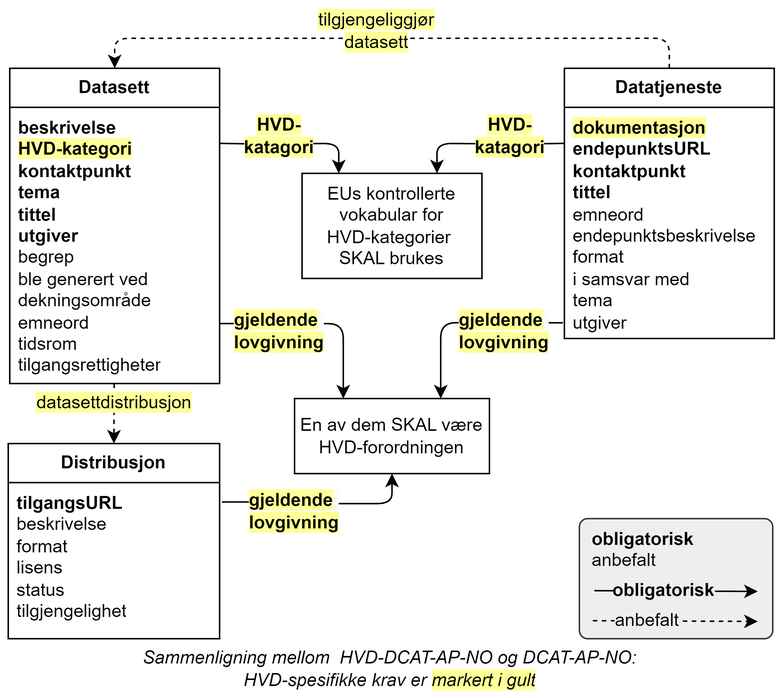
The draw.io diagram docs/images/HVD-DCAT-AP-NO-forenklet-fremstilling.png in Informasjonsforvaltning/hvd-dcat-ap-no, before a commit. Source tidied: cells renumbered, new cells last; positions are measured from the earlier drawing's top-left corner, leaving out a move shared by most shapes.
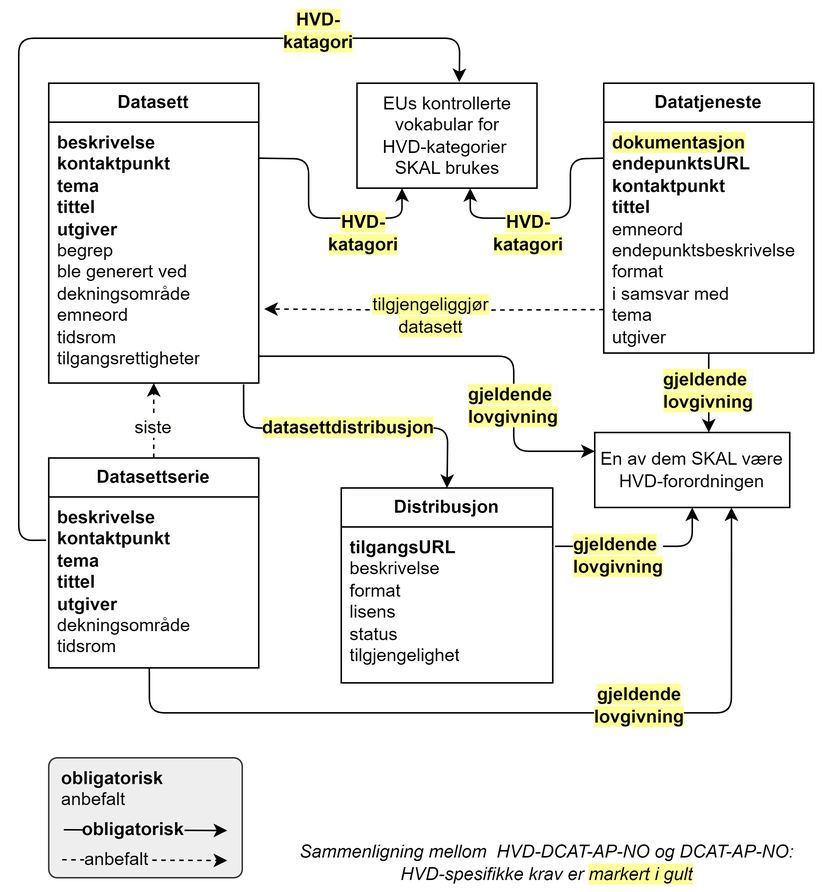
The same file after the commit.

Commit message:
Oppdaterer tegningen Forenklet fremstilling

What changed in the source:
```diff
@@ -3,13 +3,13 @@
     <mxCell id="0" />
     <mxCell id="1" parent="0" />
     <mxCell id="2" value="&lt;b&gt;Datasett&lt;/b&gt;" style="swimlane;fontStyle=0;horizontal=1;startSize=26;fillColor=none;whiteSpace=wrap;html=1;" parent="1" vertex="1">
-      <mxGeometry x="1" y="40" width="140" height="210" as="geometry" />
+      <mxGeometry x="141" y="-30" width="140" height="200" as="geometry" />
     </mxCell>
-    <mxCell id="3" value="&lt;div style=&quot;&quot;&gt;&lt;span style=&quot;background-color: rgb(255, 255, 255);&quot;&gt;&lt;b&gt;beskrivelse&lt;/b&gt;&lt;/span&gt;&lt;/div&gt;&lt;div style=&quot;&quot;&gt;&lt;b style=&quot;background-color: rgb(255, 255, 153);&quot;&gt;HVD-kategori&lt;/b&gt;&lt;br&gt;&lt;/div&gt;&lt;div style=&quot;&quot;&gt;&lt;b style=&quot;&quot;&gt;kontaktpunkt&lt;/b&gt;&lt;/div&gt;&lt;div style=&quot;&quot;&gt;&lt;span style=&quot;background-color: rgb(255, 255, 255);&quot;&gt;&lt;b&gt;tema&lt;/b&gt;&lt;/span&gt;&lt;/div&gt;&lt;div style=&quot;&quot;&gt;&lt;b&gt;tittel&lt;/b&gt;&lt;/div&gt;&lt;div style=&quot;&quot;&gt;&lt;b&gt;utgiver&lt;/b&gt;&lt;/div&gt;&lt;div style=&quot;&quot;&gt;&lt;span style=&quot;background-color: rgb(255, 255, 255);&quot;&gt;begrep&lt;/span&gt;&lt;br&gt;&lt;/div&gt;&lt;div style=&quot;&quot;&gt;&lt;span style=&quot;background-color: rgb(255, 255, 255);&quot;&gt;ble generert ved&lt;/span&gt;&lt;/div&gt;&lt;div style=&quot;&quot;&gt;&lt;span style=&quot;background-color: rgb(255, 255, 255);&quot;&gt;dekningsområde&lt;/span&gt;&lt;/div&gt;&lt;div style=&quot;&quot;&gt;&lt;span style=&quot;background-color: rgb(255, 255, 255);&quot;&gt;emneord&lt;/span&gt;&lt;/div&gt;&lt;div style=&quot;&quot;&gt;&lt;span style=&quot;background-color: rgb(255, 255, 255);&quot;&gt;tidsrom&lt;/span&gt;&lt;/div&gt;&lt;div style=&quot;&quot;&gt;&lt;span style=&quot;background-color: rgb(255, 255, 255);&quot;&gt;tilgangsrettigheter&lt;/span&gt;&lt;/div&gt;" style="text;strokeColor=none;fillColor=none;align=left;verticalAlign=top;spacingLeft=4;spacingRight=4;overflow=hidden;points=[[0,0.5],[1,0.5]];portConstraint=eastwest;whiteSpace=wrap;html=1;" parent="2" vertex="1">
-      <mxGeometry y="26" width="140" height="184" as="geometry" />
+    <mxCell id="3" value="&lt;div style=&quot;&quot;&gt;&lt;span style=&quot;background-color: rgb(255, 255, 255);&quot;&gt;&lt;b&gt;beskrivelse&lt;/b&gt;&lt;/span&gt;&lt;/div&gt;&lt;div style=&quot;&quot;&gt;&lt;b style=&quot;&quot;&gt;kontaktpunkt&lt;/b&gt;&lt;/div&gt;&lt;div style=&quot;&quot;&gt;&lt;span style=&quot;background-color: rgb(255, 255, 255);&quot;&gt;&lt;b&gt;tema&lt;/b&gt;&lt;/span&gt;&lt;/div&gt;&lt;div style=&quot;&quot;&gt;&lt;b&gt;tittel&lt;/b&gt;&lt;/div&gt;&lt;div style=&quot;&quot;&gt;&lt;b&gt;utgiver&lt;/b&gt;&lt;/div&gt;&lt;div style=&quot;&quot;&gt;&lt;span style=&quot;background-color: rgb(255, 255, 255);&quot;&gt;begrep&lt;/span&gt;&lt;br&gt;&lt;/div&gt;&lt;div style=&quot;&quot;&gt;&lt;span style=&quot;background-color: rgb(255, 255, 255);&quot;&gt;ble generert ved&lt;/span&gt;&lt;/div&gt;&lt;div style=&quot;&quot;&gt;&lt;span style=&quot;background-color: rgb(255, 255, 255);&quot;&gt;dekningsområde&lt;/span&gt;&lt;/div&gt;&lt;div style=&quot;&quot;&gt;&lt;span style=&quot;background-color: rgb(255, 255, 255);&quot;&gt;emneord&lt;/span&gt;&lt;/div&gt;&lt;div style=&quot;&quot;&gt;&lt;span style=&quot;background-color: rgb(255, 255, 255);&quot;&gt;tidsrom&lt;/span&gt;&lt;/div&gt;&lt;div style=&quot;&quot;&gt;&lt;span style=&quot;background-color: rgb(255, 255, 255);&quot;&gt;tilgangsrettigheter&lt;/span&gt;&lt;/div&gt;" style="text;strokeColor=none;fillColor=none;align=left;verticalAlign=top;spacingLeft=4;spacingRight=4;overflow=hidden;points=[[0,0.5],[1,0.5]];portConstraint=eastwest;whiteSpace=wrap;html=1;" parent="2" vertex="1">
+      <mxGeometry y="26" width="140" height="174" as="geometry" />
     </mxCell>
     <mxCell id="4" value="&lt;b&gt;Datatjeneste&lt;/b&gt;" style="swimlane;fontStyle=0;horizontal=1;startSize=26;fillColor=none;whiteSpace=wrap;html=1;" parent="1" vertex="1">
-      <mxGeometry x="371" y="40" width="140" height="180" as="geometry" />
+      <mxGeometry x="511" y="-30" width="140" height="180" as="geometry" />
     </mxCell>
     <mxCell id="5" value="&lt;div style=&quot;&quot;&gt;&lt;b style=&quot;background-color: rgb(255, 255, 153);&quot;&gt;dokumentasjon&lt;/b&gt;&lt;/div&gt;&lt;div style=&quot;&quot;&gt;&lt;b style=&quot;&quot;&gt;endepunktsURL&lt;/b&gt;&lt;/div&gt;&lt;div style=&quot;&quot;&gt;&lt;b style=&quot;background-color: initial;&quot;&gt;kontaktpunkt&lt;/b&gt;&lt;br&gt;&lt;/div&gt;&lt;div style=&quot;&quot;&gt;&lt;span style=&quot;background-color: rgb(255, 255, 255);&quot;&gt;&lt;b&gt;tittel&lt;/b&gt;&lt;/span&gt;&lt;/div&gt;&lt;div style=&quot;&quot;&gt;&lt;span style=&quot;background-color: rgb(255, 255, 255);&quot;&gt;emneord&lt;/span&gt;&lt;br&gt;&lt;/div&gt;&lt;div style=&quot;&quot;&gt;&lt;span style=&quot;background-color: rgb(255, 255, 255);&quot;&gt;endepunktsbeskrivelse&lt;/span&gt;&lt;/div&gt;&lt;div style=&quot;&quot;&gt;&lt;span style=&quot;background-color: rgb(255, 255, 255);&quot;&gt;format&lt;/span&gt;&lt;/div&gt;&lt;div style=&quot;&quot;&gt;&lt;span style=&quot;background-color: rgb(255, 255, 255);&quot;&gt;i samsvar med&lt;/span&gt;&lt;/div&gt;&lt;div style=&quot;&quot;&gt;&lt;span style=&quot;background-color: rgb(255, 255, 255);&quot;&gt;tema&lt;/span&gt;&lt;/div&gt;&lt;div style=&quot;&quot;&gt;&lt;span style=&quot;background-color: rgb(255, 255, 255);&quot;&gt;utgiver&lt;/span&gt;&lt;/div&gt;" style="text;strokeColor=none;fillColor=none;align=left;verticalAlign=top;spacingLeft=4;spacingRight=4;overflow=hidden;points=[[0,0.5],[1,0.5]];portConstraint=eastwest;whiteSpace=wrap;html=1;" parent="4" vertex="1">
       <mxGeometry y="26" width="140" height="154" as="geometry" />
@@ -18,19 +18,24 @@
       <mxGeometry relative="1" as="geometry" />
     </mxCell>
     <mxCell id="7" value="&lt;b&gt;Distribusjon&lt;/b&gt;" style="swimlane;fontStyle=0;horizontal=1;startSize=26;fillColor=none;whiteSpace=wrap;html=1;" parent="1" vertex="1">
-      <mxGeometry y="290" width="141" height="130" as="geometry" />
+      <mxGeometry x="336" y="240" width="141" height="130" as="geometry" />
     </mxCell>
     <mxCell id="8" value="&lt;div style=&quot;&quot;&gt;&lt;b&gt;tilgangsURL&lt;/b&gt;&lt;br&gt;&lt;/div&gt;&lt;div style=&quot;&quot;&gt;&lt;span style=&quot;background-color: rgb(255, 255, 255);&quot;&gt;beskrivelse&lt;/span&gt;&lt;br&gt;&lt;/div&gt;&lt;div style=&quot;&quot;&gt;&lt;span style=&quot;background-color: rgb(255, 255, 255);&quot;&gt;format&lt;/span&gt;&lt;/div&gt;&lt;div style=&quot;&quot;&gt;lisens&lt;/div&gt;&lt;div style=&quot;&quot;&gt;&lt;span style=&quot;background-color: rgb(255, 255, 255);&quot;&gt;status&lt;/span&gt;&lt;/div&gt;&lt;div style=&quot;&quot;&gt;&lt;span style=&quot;background-color: rgb(255, 255, 255);&quot;&gt;tilgjengelighet&lt;/span&gt;&lt;/div&gt;" style="text;strokeColor=none;fillColor=none;align=left;verticalAlign=top;spacingLeft=4;spacingRight=4;overflow=hidden;points=[[0,0.5],[1,0.5]];portConstraint=eastwest;whiteSpace=wrap;html=1;" parent="7" vertex="1">
       <mxGeometry y="26" width="141" height="104" as="geometry" />
     </mxCell>
-    <mxCell id="9" style="endArrow=classic;html=1;rounded=1;dashed=1;entryX=0.5;entryY=0;entryDx=0;entryDy=0;curved=0;" parent="1" edge="1" source="3" target="7">
-      <mxGeometry relative="1" as="geometry" />
+    <mxCell id="9" style="endArrow=classic;html=1;rounded=1;curved=0;exitX=0.928;exitY=1.005;exitDx=0;exitDy=0;exitPerimeter=0;entryX=0.5;entryY=0;entryDx=0;entryDy=0;" parent="1" edge="1" source="3" target="7">
+      <mxGeometry relative="1" as="geometry">
+        <Array as="points">
+          <mxPoint x="271" y="200" />
+          <mxPoint x="407" y="200" />
+        </Array>
+      </mxGeometry>
     </mxCell>
-    <mxCell id="10" value="&lt;div&gt;&lt;span style=&quot;background-color: rgb(255, 255, 153);&quot;&gt;datasettdistribusjon&lt;/span&gt;&lt;/div&gt;" style="text;html=1;align=center;verticalAlign=middle;whiteSpace=wrap;rounded=0;" parent="1" vertex="1">
-      <mxGeometry x="41" y="253" width="60" height="20" as="geometry" />
+    <mxCell id="10" value="&lt;div&gt;&lt;span style=&quot;background-color: rgb(255, 255, 153);&quot;&gt;&lt;b&gt;datasettdistribusjon&lt;/b&gt;&lt;/span&gt;&lt;/div&gt;" style="text;html=1;align=center;verticalAlign=middle;whiteSpace=wrap;rounded=0;" parent="1" vertex="1">
+      <mxGeometry x="311" y="190" width="60" height="20" as="geometry" />
     </mxCell>
     <mxCell id="11" style="group;" parent="1" vertex="1">
-      <mxGeometry x="381" y="340" width="129" height="80" as="geometry" />
+      <mxGeometry x="141" y="420" width="129" height="80" as="geometry" />
     </mxCell>
     <mxCell id="12" value="&lt;b&gt;&amp;nbsp; obligatorisk&lt;/b&gt;&lt;div&gt;&amp;nbsp; anbefalt&lt;/div&gt;" style="rounded=1;whiteSpace=wrap;html=1;align=left;verticalAlign=top;arcSize=7;fillColor=#eeeeee;strokeColor=#36393d;" parent="11" vertex="1">
       <mxGeometry width="129" height="80" as="geometry" />
@@ -60,50 +65,98 @@
       <mxGeometry x="10.7" width="51.2" height="16" as="geometry" />
     </mxCell>
     <mxCell id="19" value="Sammenligning mellom&amp;nbsp;&amp;nbsp;&lt;span style=&quot;background-color: initial;&quot;&gt;HVD-DCAT-AP-NO og DCAT-AP-NO:&amp;nbsp;&lt;/span&gt;&lt;div&gt;HVD-spesifikke krav er&amp;nbsp;&lt;span style=&quot;background-color: rgb(255, 255, 153);&quot;&gt;markert i gult&lt;/span&gt;&lt;span style=&quot;background-color: rgb(255 , 255 , 255)&quot;&gt;&amp;nbsp;&lt;/span&gt;&lt;/div&gt;" style="text;html=1;strokeColor=none;fillColor=none;align=center;verticalAlign=middle;whiteSpace=wrap;rounded=0;fontStyle=2;" parent="1" vertex="1">
-      <mxGeometry x="1" y="430" width="511" height="20" as="geometry" />
+      <mxGeometry x="304" y="480" width="342" height="20" as="geometry" />
     </mxCell>
     <mxCell id="20" value="En av dem SKAL være HVD-forordningen" style="html=1;whiteSpace=wrap;" parent="1" vertex="1">
-      <mxGeometry x="191" y="260" width="130" height="50" as="geometry" />
+      <mxGeometry x="505" y="203" width="130" height="50" as="geometry" />
     </mxCell>
     <mxCell id="21" value="&lt;div style=&quot;forced-color-adjust: none; color: rgb(0, 0, 0); font-family: Helvetica; font-size: 12px; font-style: normal; font-variant-ligatures: normal; font-variant-caps: normal; font-weight: 400; letter-spacing: normal; orphans: 2; text-align: left; text-indent: 0px; text-transform: none; widows: 2; word-spacing: 0px; -webkit-text-stroke-width: 0px; white-space: normal; background-color: rgb(251, 251, 251); text-decoration-thickness: initial; text-decoration-style: initial; text-decoration-color: initial;&quot;&gt;&lt;b style=&quot;forced-color-adjust: none; background-color: rgb(255, 255, 153);&quot;&gt;gjeldende lovgivning&lt;/b&gt;&lt;/div&gt;" style="text;html=1;align=center;verticalAlign=middle;whiteSpace=wrap;rounded=0;" parent="1" vertex="1">
-      <mxGeometry x="161" y="320" width="60" height="30" as="geometry" />
+      <mxGeometry x="491" y="270" width="60" height="30" as="geometry" />
     </mxCell>
     <mxCell id="22" value="EUs kontrollerte vokabular for &lt;br&gt;HVD-kategorier&amp;nbsp;&lt;div&gt;SKAL brukes&lt;/div&gt;" style="html=1;whiteSpace=wrap;" parent="1" vertex="1">
-      <mxGeometry x="196" y="110" width="120" height="70" as="geometry" />
+      <mxGeometry x="346.5" y="-30" width="120" height="70" as="geometry" />
     </mxCell>
-    <mxCell id="23" style="edgeStyle=orthogonalEdgeStyle;rounded=1;jettySize=auto;html=1;curved=0;entryX=0.25;entryY=0;entryDx=0;entryDy=0;exitX=1;exitY=0.783;exitDx=0;exitDy=0;exitPerimeter=0;" parent="1" edge="1" source="3" target="20">
-      <mxGeometry relative="1" as="geometry" />
+    <mxCell id="23" style="edgeStyle=orthogonalEdgeStyle;rounded=1;jettySize=auto;html=1;curved=0;entryX=0;entryY=0.25;entryDx=0;entryDy=0;exitX=0.996;exitY=0.897;exitDx=0;exitDy=0;exitPerimeter=0;" parent="1" edge="1" source="3" target="20">
+      <mxGeometry relative="1" as="geometry">
+        <Array as="points">
+          <mxPoint x="451" y="152" />
+          <mxPoint x="451" y="216" />
+        </Array>
+      </mxGeometry>
     </mxCell>
-    <mxCell id="24" style="edgeStyle=orthogonalEdgeStyle;rounded=1;jettySize=auto;html=1;curved=0;entryX=0.75;entryY=0;entryDx=0;entryDy=0;exitX=-0.007;exitY=0.932;exitDx=0;exitDy=0;exitPerimeter=0;" parent="1" edge="1" source="5" target="20">
-      <mxGeometry relative="1" as="geometry" />
+    <mxCell id="24" style="edgeStyle=orthogonalEdgeStyle;rounded=1;jettySize=auto;html=1;curved=0;exitX=0.5;exitY=1;exitDx=0;exitDy=0;exitPerimeter=0;" parent="1" edge="1" source="5">
+      <mxGeometry relative="1" as="geometry">
+        <mxPoint x="581" y="203" as="targetPoint" />
+        <Array as="points">
+          <mxPoint x="581" y="150" />
+          <mxPoint x="581" y="150" />
+        </Array>
+      </mxGeometry>
     </mxCell>
-    <mxCell id="25" value="&lt;div style=&quot;forced-color-adjust: none; color: rgb(0, 0, 0); font-family: Helvetica; font-size: 12px; font-style: normal; font-variant-ligatures: normal; font-variant-caps: normal; font-weight: 400; letter-spacing: normal; orphans: 2; text-align: left; text-indent: 0px; text-transform: none; widows: 2; word-spacing: 0px; -webkit-text-stroke-width: 0px; white-space: normal; background-color: rgb(251, 251, 251); text-decoration-thickness: initial; text-decoration-style: initial; text-decoration-color: initial;&quot;&gt;&lt;b style=&quot;forced-color-adjust: none; background-color: rgb(255, 255, 153);&quot;&gt;gjeldende lovgivning&lt;/b&gt;&lt;/div&gt;" style="text;html=1;align=center;verticalAlign=middle;whiteSpace=wrap;rounded=0;" parent="1" vertex="1">
-      <mxGeometry x="301" y="200" width="60" height="30" as="geometry" />
-    </mxCell>
     <mxCell id="26" value="&lt;div style=&quot;forced-color-adjust: none; color: rgb(0, 0, 0); font-family: Helvetica; font-size: 12px; font-style: normal; font-variant-ligatures: normal; font-variant-caps: normal; font-weight: 400; letter-spacing: normal; orphans: 2; text-align: left; text-indent: 0px; text-transform: none; widows: 2; word-spacing: 0px; -webkit-text-stroke-width: 0px; white-space: normal; background-color: rgb(251, 251, 251); text-decoration-thickness: initial; text-decoration-style: initial; text-decoration-color: initial;&quot;&gt;&lt;b style=&quot;forced-color-adjust: none; background-color: rgb(255, 255, 153);&quot;&gt;gjeldende lovgivning&lt;/b&gt;&lt;/div&gt;" style="text;html=1;align=center;verticalAlign=middle;whiteSpace=wrap;rounded=0;" parent="1" vertex="1">
-      <mxGeometry x="151" y="200" width="60" height="30" as="geometry" />
+      <mxGeometry x="421" y="170" width="60" height="30" as="geometry" />
     </mxCell>
-    <mxCell id="27" style="edgeStyle=orthogonalEdgeStyle;rounded=1;jettySize=auto;html=1;curved=0;entryX=0.75;entryY=0;entryDx=0;entryDy=0;" parent="1" edge="1" target="22">
+    <mxCell id="27" style="edgeStyle=orthogonalEdgeStyle;rounded=1;jettySize=auto;html=1;curved=0;entryX=0.629;entryY=1;entryDx=0;entryDy=0;entryPerimeter=0;" parent="1" edge="1" target="22">
       <mxGeometry relative="1" as="geometry">
-        <mxPoint x="371" y="90" as="sourcePoint" />
+        <mxPoint x="511" y="20" as="sourcePoint" />
       </mxGeometry>
     </mxCell>
-    <mxCell id="28" style="edgeStyle=orthogonalEdgeStyle;rounded=1;jettySize=auto;html=1;curved=0;entryX=0.204;entryY=0;entryDx=0;entryDy=0;entryPerimeter=0;" parent="1" edge="1" target="22">
+    <mxCell id="28" style="edgeStyle=orthogonalEdgeStyle;rounded=1;jettySize=auto;html=1;curved=0;entryX=0.25;entryY=1;entryDx=0;entryDy=0;" parent="1" edge="1" target="22">
       <mxGeometry relative="1" as="geometry">
-        <mxPoint x="141" y="90" as="sourcePoint" />
+        <mxPoint x="281" y="20" as="sourcePoint" />
       </mxGeometry>
     </mxCell>
     <mxCell id="29" value="&lt;span style=&quot;background-color: rgb(255, 255, 153);&quot;&gt;&lt;b&gt;HVD-katagori&lt;/b&gt;&lt;/span&gt;" style="text;html=1;align=center;verticalAlign=middle;whiteSpace=wrap;rounded=0;" parent="1" vertex="1">
-      <mxGeometry x="151" y="70" width="60" height="30" as="geometry" />
+      <mxGeometry x="321" y="55" width="60" height="30" as="geometry" />
     </mxCell>
     <mxCell id="30" value="&lt;span style=&quot;background-color: rgb(255, 255, 153);&quot;&gt;&lt;b&gt;HVD-katagori&lt;/b&gt;&lt;/span&gt;" style="text;html=1;align=center;verticalAlign=middle;whiteSpace=wrap;rounded=0;" parent="1" vertex="1">
-      <mxGeometry x="305" y="70" width="60" height="30" as="geometry" />
+      <mxGeometry x="431" y="55" width="60" height="30" as="geometry" />
     </mxCell>
-    <mxCell id="31" style="edgeStyle=orthogonalEdgeStyle;rounded=1;jettySize=auto;html=1;curved=0;entryX=0.5;entryY=0;entryDx=0;entryDy=0;dashed=1;exitX=0.5;exitY=0;exitDx=0;exitDy=0;" parent="1" edge="1" source="4" target="2">
-      <mxGeometry relative="1" as="geometry" />
+    <mxCell id="31" style="edgeStyle=orthogonalEdgeStyle;rounded=1;jettySize=auto;html=1;curved=0;entryX=1.026;entryY=0.716;entryDx=0;entryDy=0;dashed=1;entryPerimeter=0;" parent="1" edge="1" target="3">
+      <mxGeometry relative="1" as="geometry">
+        <mxPoint x="511" y="121" as="sourcePoint" />
+      </mxGeometry>
     </mxCell>
     <mxCell id="32" value="&lt;div&gt;&lt;span style=&quot;background-color: rgb(255, 255, 153);&quot;&gt;tilgjengeliggjør datasett&lt;/span&gt;&lt;/div&gt;" style="text;html=1;align=center;verticalAlign=middle;whiteSpace=wrap;rounded=0;" parent="1" vertex="1">
-      <mxGeometry x="201" width="90" height="30" as="geometry" />
+      <mxGeometry x="351" y="110" width="90" height="30" as="geometry" />
     </mxCell>
+    <mxCell id="33" value="&lt;b&gt;Datasettserie&lt;/b&gt;" style="swimlane;fontStyle=0;horizontal=1;startSize=26;fillColor=none;whiteSpace=wrap;html=1;" parent="1" vertex="1">
+      <mxGeometry x="141" y="220" width="140" height="140" as="geometry" />
+    </mxCell>
+    <mxCell id="34" value="&lt;div style=&quot;&quot;&gt;&lt;span style=&quot;background-color: rgb(255, 255, 255);&quot;&gt;&lt;b&gt;beskrivelse&lt;/b&gt;&lt;/span&gt;&lt;/div&gt;&lt;div style=&quot;&quot;&gt;&lt;b style=&quot;background-color: initial;&quot;&gt;kontaktpunkt&lt;/b&gt;&lt;br&gt;&lt;/div&gt;&lt;div style=&quot;&quot;&gt;&lt;span style=&quot;background-color: rgb(255, 255, 255);&quot;&gt;&lt;b&gt;tema&lt;/b&gt;&lt;/span&gt;&lt;/div&gt;&lt;div style=&quot;&quot;&gt;&lt;b&gt;tittel&lt;/b&gt;&lt;/div&gt;&lt;div style=&quot;&quot;&gt;&lt;b&gt;utgiver&lt;/b&gt;&lt;/div&gt;&lt;div style=&quot;&quot;&gt;&lt;span style=&quot;background-color: rgb(255, 255, 255);&quot;&gt;dekningsområde&lt;/span&gt;&lt;/div&gt;&lt;div style=&quot;&quot;&gt;&lt;span style=&quot;background-color: rgb(255, 255, 255);&quot;&gt;tidsrom&lt;/span&gt;&lt;/div&gt;" style="text;strokeColor=none;fillColor=none;align=left;verticalAlign=top;spacingLeft=4;spacingRight=4;overflow=hidden;points=[[0,0.5],[1,0.5]];portConstraint=eastwest;whiteSpace=wrap;html=1;" parent="33" vertex="1">
+      <mxGeometry y="26" width="140" height="114" as="geometry" />
+    </mxCell>
+    <mxCell id="25" value="&lt;div style=&quot;forced-color-adjust: none; color: rgb(0, 0, 0); font-family: Helvetica; font-size: 12px; font-style: normal; font-variant-ligatures: normal; font-variant-caps: normal; font-weight: 400; letter-spacing: normal; orphans: 2; text-align: left; text-indent: 0px; text-transform: none; widows: 2; word-spacing: 0px; -webkit-text-stroke-width: 0px; white-space: normal; background-color: rgb(251, 251, 251); text-decoration-thickness: initial; text-decoration-style: initial; text-decoration-color: initial;&quot;&gt;&lt;b style=&quot;forced-color-adjust: none; background-color: rgb(255, 255, 153);&quot;&gt;gjeldende lovgivning&lt;/b&gt;&lt;/div&gt;" style="text;html=1;align=center;verticalAlign=middle;whiteSpace=wrap;rounded=0;" parent="1" vertex="1">
+      <mxGeometry x="551" y="160" width="60" height="30" as="geometry" />
+    </mxCell>
+    <mxCell id="35" style="edgeStyle=orthogonalEdgeStyle;rounded=1;jettySize=auto;html=1;curved=0;entryX=0.701;entryY=0.999;entryDx=0;entryDy=0;exitX=0.479;exitY=1;exitDx=0;exitDy=0;exitPerimeter=0;entryPerimeter=0;" parent="1" edge="1" source="34" target="20">
+      <mxGeometry relative="1" as="geometry">
+        <Array as="points">
+          <mxPoint x="208" y="390" />
+          <mxPoint x="596" y="390" />
+        </Array>
+      </mxGeometry>
+    </mxCell>
+    <mxCell id="36" value="&lt;div style=&quot;forced-color-adjust: none; color: rgb(0, 0, 0); font-family: Helvetica; font-size: 12px; font-style: normal; font-variant-ligatures: normal; font-variant-caps: normal; font-weight: 400; letter-spacing: normal; orphans: 2; text-indent: 0px; text-transform: none; widows: 2; word-spacing: 0px; -webkit-text-stroke-width: 0px; white-space: normal; background-color: rgb(251, 251, 251); text-decoration-thickness: initial; text-decoration-style: initial; text-decoration-color: initial;&quot;&gt;&lt;b style=&quot;forced-color-adjust: none; background-color: rgb(255, 255, 153);&quot;&gt;gjeldende lovgivning&lt;/b&gt;&lt;/div&gt;" style="text;html=1;align=center;verticalAlign=middle;whiteSpace=wrap;rounded=0;" parent="1" vertex="1">
+      <mxGeometry x="505" y="370" width="60" height="30" as="geometry" />
+    </mxCell>
+    <mxCell id="37" style="endArrow=classic;html=1;rounded=0;exitX=0.5;exitY=0;exitDx=0;exitDy=0;entryX=0.5;entryY=1;entryDx=0;entryDy=0;entryPerimeter=0;dashed=1;" parent="1" edge="1" source="33" target="3">
+      <mxGeometry relative="1" as="geometry" />
+    </mxCell>
+    <mxCell id="38" value="&lt;span style=&quot;background-color: rgb(254, 253, 251);&quot;&gt;siste&lt;/span&gt;" style="text;html=1;align=center;verticalAlign=middle;whiteSpace=wrap;rounded=0;" parent="1" vertex="1">
+      <mxGeometry x="191" y="190" width="40" height="20" as="geometry" />
+    </mxCell>
+    <mxCell id="39" style="endArrow=classic;html=1;rounded=1;exitX=-0.013;exitY=0.253;exitDx=0;exitDy=0;exitPerimeter=0;entryX=0.568;entryY=-0.01;entryDx=0;entryDy=0;entryPerimeter=0;curved=0;" parent="1" edge="1" source="34" target="22">
+      <mxGeometry relative="1" as="geometry">
+        <Array as="points">
+          <mxPoint x="121" y="275" />
+          <mxPoint x="121" y="-60" />
+          <mxPoint x="415" y="-60" />
+        </Array>
+      </mxGeometry>
+    </mxCell>
+    <mxCell id="40" value="&lt;span style=&quot;background-color: rgb(255, 255, 153);&quot;&gt;&lt;b&gt;HVD-katagori&lt;/b&gt;&lt;/span&gt;" style="text;html=1;align=center;verticalAlign=middle;whiteSpace=wrap;rounded=0;" parent="1" vertex="1">
+      <mxGeometry x="291" y="-80" width="60" height="30" as="geometry" />
+    </mxCell>
   </root>
 </mxGraphModel>
```
